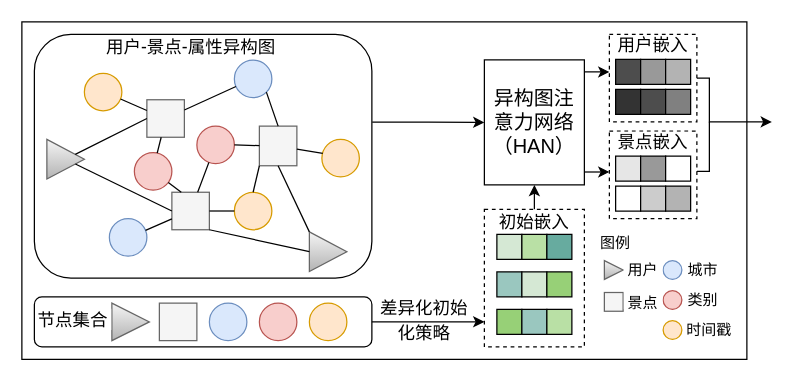
Above: 未命名绘图.drawio in BigHenryLee/LA (draw.io), before the change. Source tidied: cells renumbered, new cells numbered last; positions are measured from the earlier drawing's top-left corner, leaving out a move shared by most shapes. Both pictures are drawn from the tidied source at 125%, with x=0, y=0 at pixel (21, 21).
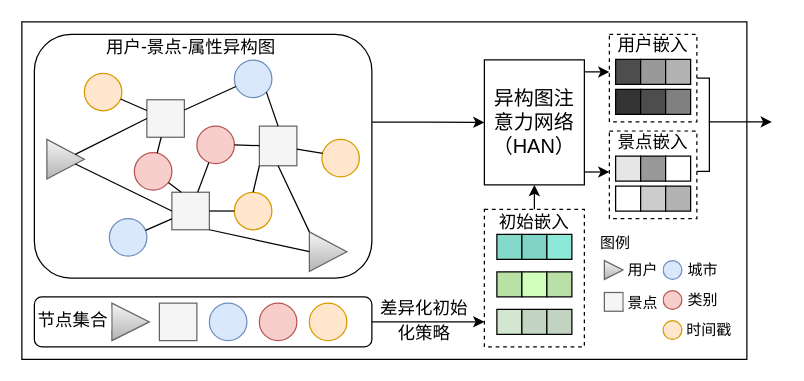
The same diagram, later.

The change refers to these unchanged cells:
```xml
<mxCell id="48" style="group;" parent="1" vertex="1">
  <mxGeometry x="380" y="170" width="60" height="20" as="geometry" />
</mxCell>
<mxCell id="55" style="group;" parent="1" vertex="1">
  <mxGeometry x="380" y="230" width="60" height="20" as="geometry" />
</mxCell>
```

The edit, as a diff of the source:
```diff
@@
-    <mxCell id="49" style="rounded=0;whiteSpace=wrap;html=1;fillColor=#d5e8d4;strokeColor=#000000;" parent="48" vertex="1">
+    <mxCell id="49" style="rounded=0;whiteSpace=wrap;html=1;fillColor=#83D9CA;strokeColor=default;" parent="48" vertex="1">
       <mxGeometry width="20" height="20" as="geometry" />
     </mxCell>
-    <mxCell id="50" style="rounded=0;whiteSpace=wrap;html=1;strokeColor=#000000;fillColor=#B9E0A5;" parent="48" vertex="1">
+    <mxCell id="50" style="rounded=0;whiteSpace=wrap;html=1;strokeColor=#000000;fillColor=#7FD4C5;" parent="48" vertex="1">
       <mxGeometry x="20" width="20" height="20" as="geometry" />
     </mxCell>
-    <mxCell id="51" style="rounded=0;whiteSpace=wrap;html=1;fillColor=#67AB9F;" parent="48" vertex="1">
+    <mxCell id="51" style="rounded=0;whiteSpace=wrap;html=1;fillColor=#8CE8D8;" parent="48" vertex="1">
       <mxGeometry x="40" width="20" height="20" as="geometry" />
     </mxCell>
-    <mxCell id="52" style="rounded=0;whiteSpace=wrap;html=1;fillColor=#9AC7BF;strokeColor=#000000;" parent="1" vertex="1">
+    <mxCell id="52" style="rounded=0;whiteSpace=wrap;html=1;fillColor=#B9E0A5;strokeColor=#000000;" parent="1" vertex="1">
       <mxGeometry x="380" y="200" width="20" height="20" as="geometry" />
     </mxCell>
-    <mxCell id="53" style="rounded=0;whiteSpace=wrap;html=1;strokeColor=#000000;fillColor=#D5E8D4;" parent="1" vertex="1">
+    <mxCell id="53" style="rounded=0;whiteSpace=wrap;html=1;strokeColor=#000000;fillColor=#D1FFBC;" parent="1" vertex="1">
       <mxGeometry x="400" y="200" width="20" height="20" as="geometry" />
     </mxCell>
-    <mxCell id="54" style="rounded=0;whiteSpace=wrap;html=1;fillColor=#97D077;" parent="1" vertex="1">
+    <mxCell id="54" style="rounded=0;whiteSpace=wrap;html=1;fillColor=#B9E0A6;" parent="1" vertex="1">
       <mxGeometry x="420" y="200" width="20" height="20" as="geometry" />
     </mxCell>
@@
-    <mxCell id="56" style="rounded=0;whiteSpace=wrap;html=1;fillColor=#97D077;strokeColor=#000000;" parent="55" vertex="1">
+    <mxCell id="56" style="rounded=0;whiteSpace=wrap;html=1;fillColor=#D3E6D2;strokeColor=#000000;" parent="55" vertex="1">
       <mxGeometry width="20" height="20" as="geometry" />
     </mxCell>
-    <mxCell id="57" style="rounded=0;whiteSpace=wrap;html=1;strokeColor=#000000;fillColor=#9AC7BF;" parent="55" vertex="1">
+    <mxCell id="57" style="rounded=0;whiteSpace=wrap;html=1;strokeColor=#000000;fillColor=#C3D4C2;" parent="55" vertex="1">
       <mxGeometry x="20" width="20" height="20" as="geometry" />
     </mxCell>
-    <mxCell id="58" style="rounded=0;whiteSpace=wrap;html=1;fillColor=#B9E0A5;" parent="55" vertex="1">
+    <mxCell id="58" style="rounded=0;whiteSpace=wrap;html=1;fillColor=#C2D4C1;" parent="55" vertex="1">
       <mxGeometry x="40" width="20" height="20" as="geometry" />
     </mxCell>
```
